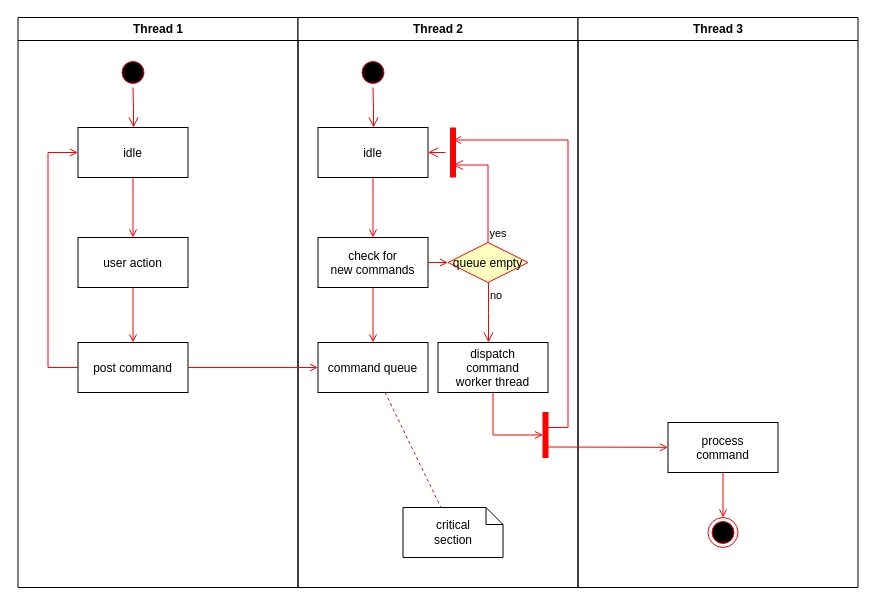
SinhTD-arch/pixelz_demo keeps this draw.io diagram as pixelz-FLOW.drawio. Above is the earlier version. Source tidied: cells renumbered, new cells numbered last; positions are measured from the earlier drawing's top-left corner, leaving out a move shared by most shapes. Both pictures are drawn from the tidied source at 100%, with x=0, y=0 at pixel (17, 17).
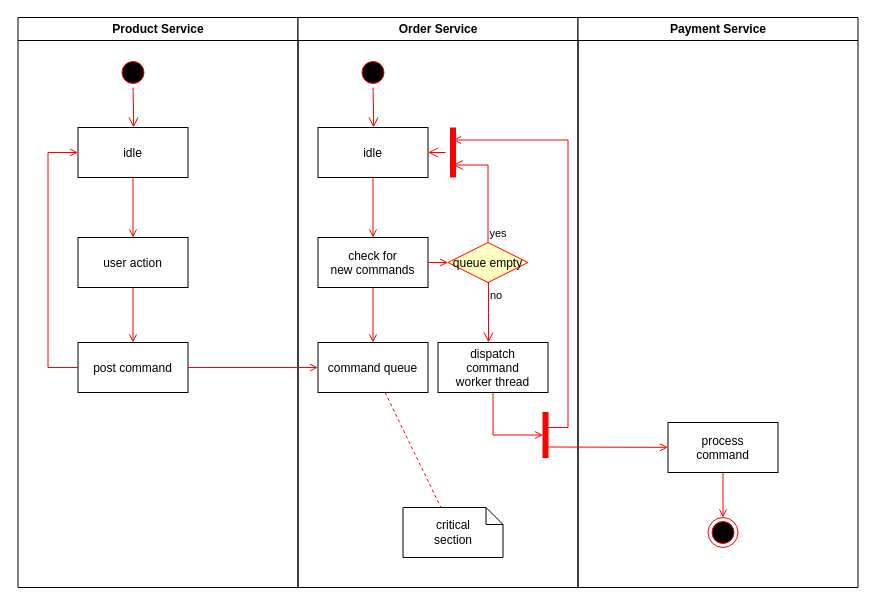
The same diagram, later.

What changed in the source:
```diff
@@
-    <mxCell id="2" value="Thread 1" style="swimlane;whiteSpace=wrap;" parent="1" vertex="1">
+    <mxCell id="2" value="Product Service" style="swimlane;whiteSpace=wrap;" parent="1" vertex="1">
       <mxGeometry x="0.5" width="280" height="570" as="geometry" />
     </mxCell>
@@
-    <mxCell id="11" value="Thread 2" style="swimlane;whiteSpace=wrap;" parent="1" vertex="1">
+    <mxCell id="11" value="Order Service" style="swimlane;whiteSpace=wrap;" parent="1" vertex="1">
       <mxGeometry x="280.5" width="280" height="570" as="geometry" />
     </mxCell>
@@
-    <mxCell id="30" value="Thread 3" style="swimlane;whiteSpace=wrap;" parent="1" vertex="1">
+    <mxCell id="30" value="Payment Service" style="swimlane;whiteSpace=wrap;" parent="1" vertex="1">
       <mxGeometry x="560.5" width="280" height="570" as="geometry" />
     </mxCell>
```
